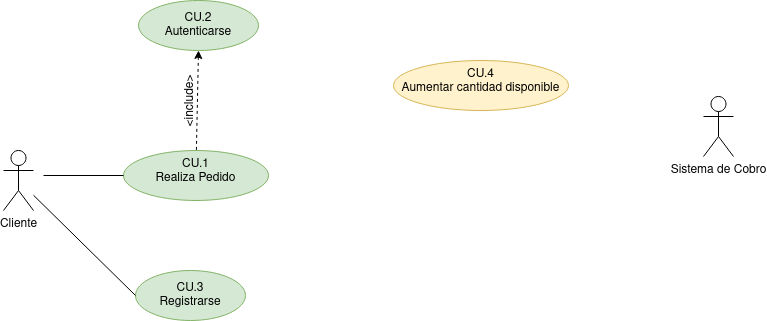
colidom/ets keeps this draw.io diagram as Tareas/casosUso/Tarea5-Tienda Virtual/TiendaVirtual.drawio.png. Above is the earlier version. Source tidied: cells renumbered, new cells last; positions are measured from the earlier drawing's top-left corner, leaving out a move shared by most shapes.
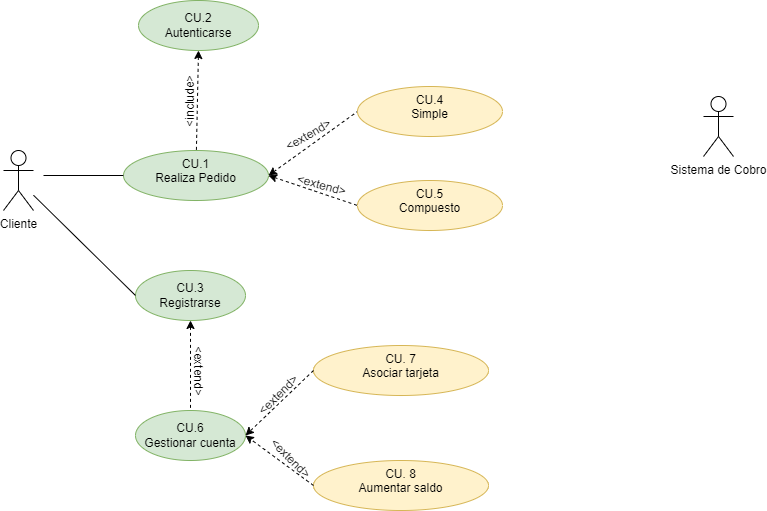
Above is the later version.

The edit, as a diff of the source:
```diff
@@ -7,15 +7,21 @@
         <mxPoint x="250" y="180" as="sourcePoint" />
       </mxGeometry>
     </mxCell>
+    <mxCell id="13" style="rounded=0;jettySize=auto;html=1;exitX=1;exitY=0.5;exitDx=0;exitDy=0;entryX=0;entryY=0.5;entryDx=0;entryDy=0;startArrow=classic;startFill=1;endArrow=none;endFill=0;dashed=1;" parent="1" edge="1" source="3" target="15">
+      <mxGeometry relative="1" as="geometry" />
+    </mxCell>
     <mxCell id="3" value="&lt;div&gt;CU.1&lt;/div&gt;&lt;div&gt;Realiza Pedido&lt;/div&gt;" style="ellipse;whiteSpace=wrap;html=1;verticalAlign=top;fillColor=#d5e8d4;strokeColor=#82b366;" parent="1" vertex="1">
       <mxGeometry x="120" y="150" width="145" height="50" as="geometry" />
     </mxCell>
-    <mxCell id="4" value="&lt;div&gt;CU.4&lt;/div&gt;&lt;div&gt;Aumentar cantidad disponible&lt;br&gt;&lt;/div&gt;" style="ellipse;whiteSpace=wrap;html=1;verticalAlign=top;fillColor=#fff2cc;strokeColor=#d6b656;" parent="1" vertex="1">
-      <mxGeometry x="390" y="60" width="175" height="50" as="geometry" />
+    <mxCell id="4" value="&lt;div&gt;CU. 7&lt;/div&gt;&lt;div&gt;Asociar tarjeta&lt;/div&gt;" style="ellipse;whiteSpace=wrap;html=1;verticalAlign=top;fillColor=#fff2cc;strokeColor=#d6b656;" parent="1" vertex="1">
+      <mxGeometry x="310" y="345" width="175" height="50" as="geometry" />
     </mxCell>
     <mxCell id="5" value="Cliente" style="shape=umlActor;verticalLabelPosition=bottom;verticalAlign=top;html=1;outlineConnect=0;" parent="1" vertex="1">
       <mxGeometry y="150" width="30" height="60" as="geometry" />
     </mxCell>
+    <mxCell id="14" style="edgeStyle=none;rounded=0;jettySize=auto;html=1;dashed=1;startArrow=classic;startFill=1;endArrow=none;endFill=0;" parent="1" edge="1" source="6" target="20">
+      <mxGeometry relative="1" as="geometry" />
+    </mxCell>
     <mxCell id="6" value="&lt;div&gt;CU.3&lt;/div&gt;&lt;div&gt;Registrarse&lt;br&gt;&lt;/div&gt;" style="ellipse;whiteSpace=wrap;html=1;fillColor=#d5e8d4;strokeColor=#82b366;" parent="1" vertex="1">
       <mxGeometry x="132" y="270" width="110" height="50" as="geometry" />
     </mxCell>
@@ -39,5 +45,41 @@
         <mxPoint x="40" y="175" as="sourcePoint" />
       </mxGeometry>
     </mxCell>
+    <mxCell id="15" value="&lt;div&gt;CU.4&lt;/div&gt;&lt;div&gt;Simple&lt;/div&gt;" style="ellipse;whiteSpace=wrap;html=1;verticalAlign=top;fillColor=#fff2cc;strokeColor=#d6b656;" parent="1" vertex="1">
+      <mxGeometry x="354" y="86" width="145" height="50" as="geometry" />
+    </mxCell>
+    <mxCell id="16" value="&lt;div&gt;CU.5&lt;/div&gt;&lt;div&gt;Compuesto&lt;/div&gt;" style="ellipse;whiteSpace=wrap;html=1;verticalAlign=top;fillColor=#fff2cc;strokeColor=#d6b656;" parent="1" vertex="1">
+      <mxGeometry x="354" y="180" width="145" height="50" as="geometry" />
+    </mxCell>
+    <mxCell id="17" style="rounded=0;jettySize=auto;html=1;exitX=1;exitY=0.5;exitDx=0;exitDy=0;entryX=0;entryY=0.5;entryDx=0;entryDy=0;startArrow=classic;startFill=1;endArrow=none;endFill=0;dashed=1;" parent="1" edge="1" source="3" target="16">
+      <mxGeometry relative="1" as="geometry" />
+    </mxCell>
+    <mxCell id="18" value="&amp;lt;extend&amp;gt;" style="text;html=1;align=center;verticalAlign=middle;strokeColor=none;fillColor=none;rotation=-30;" parent="1" vertex="1">
+      <mxGeometry x="270" y="120" width="70" height="30" as="geometry" />
+    </mxCell>
+    <mxCell id="19" value="&amp;lt;extend&amp;gt;" style="text;html=1;align=center;verticalAlign=middle;strokeColor=none;fillColor=none;rotation=15;" parent="1" vertex="1">
+      <mxGeometry x="283" y="170" width="70" height="30" as="geometry" />
+    </mxCell>
+    <mxCell id="20" value="&lt;div&gt;CU.6&lt;/div&gt;&lt;div&gt;Gestionar cuenta&lt;/div&gt;" style="ellipse;whiteSpace=wrap;html=1;fillColor=#d5e8d4;strokeColor=#82b366;" parent="1" vertex="1">
+      <mxGeometry x="132" y="410" width="110" height="50" as="geometry" />
+    </mxCell>
+    <mxCell id="21" value="&amp;lt;extend&amp;gt;" style="text;html=1;align=center;verticalAlign=middle;strokeColor=none;fillColor=none;rotation=90;" parent="1" vertex="1">
+      <mxGeometry x="160" y="355" width="70" height="30" as="geometry" />
+    </mxCell>
+    <mxCell id="22" style="endArrow=classic;html=1;rounded=0;dashed=1;entryX=1;entryY=0.5;entryDx=0;entryDy=0;exitX=0;exitY=0.5;exitDx=0;exitDy=0;" parent="1" edge="1" source="4" target="20">
+      <mxGeometry relative="1" as="geometry" />
+    </mxCell>
+    <mxCell id="23" value="&lt;div&gt;CU. 8&lt;/div&gt;&lt;div&gt;Aumentar saldo&lt;/div&gt;" style="ellipse;whiteSpace=wrap;html=1;verticalAlign=top;fillColor=#fff2cc;strokeColor=#d6b656;" parent="1" vertex="1">
+      <mxGeometry x="310" y="460" width="175" height="50" as="geometry" />
+    </mxCell>
+    <mxCell id="24" style="endArrow=classic;html=1;rounded=0;dashed=1;entryX=1;entryY=0.5;entryDx=0;entryDy=0;exitX=0;exitY=0.5;exitDx=0;exitDy=0;" parent="1" edge="1" source="23" target="20">
+      <mxGeometry relative="1" as="geometry" />
+    </mxCell>
+    <mxCell id="25" value="&amp;lt;extend&amp;gt;" style="text;html=1;align=center;verticalAlign=middle;strokeColor=none;fillColor=none;rotation=-45;" parent="1" vertex="1">
+      <mxGeometry x="240" y="380" width="70" height="30" as="geometry" />
+    </mxCell>
+    <mxCell id="26" value="&amp;lt;extend&amp;gt;" style="text;html=1;align=center;verticalAlign=middle;strokeColor=none;fillColor=none;rotation=45;" parent="1" vertex="1">
+      <mxGeometry x="252" y="443" width="70" height="30" as="geometry" />
+    </mxCell>
   </root>
 </mxGraphModel>
```
